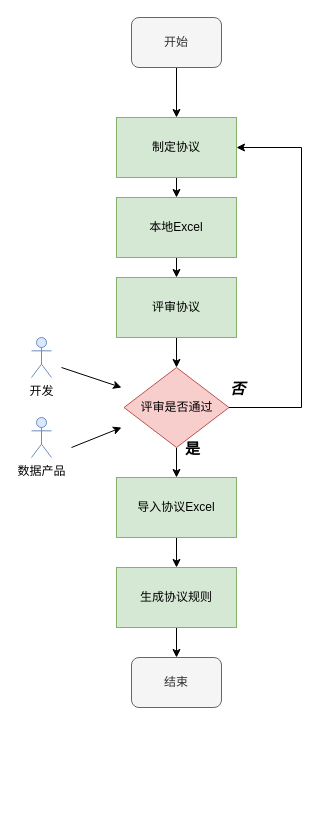
Before: 采集中心V3.0-旧工作流程图.drawio in shaozc3g/draw_io, a draw.io diagram. Source tidied: cells renumbered, new cells numbered last; positions are measured from the earlier drawing's top-left corner, leaving out a move shared by most shapes. Both pictures are drawn from the tidied source at 100%, with x=0, y=0 at pixel (31, 17).
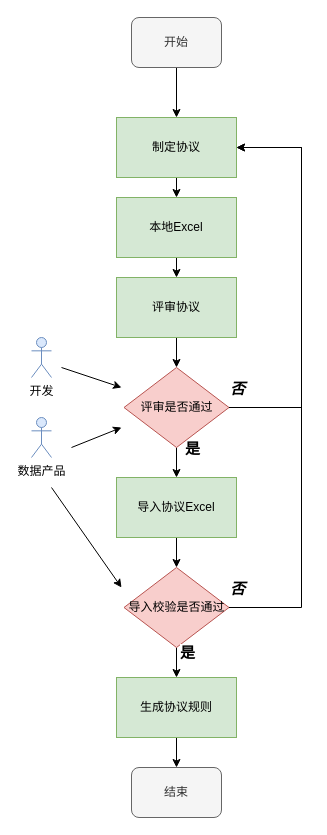
The same diagram, later.

Commit message (it also covers changes not shown here):
更新采集中心V3.0-旧工作流程图.drawio

The change refers to these unchanged cells:
```xml
<mxCell id="5" value="制定协议" style="rounded=0;whiteSpace=wrap;html=1;fillColor=#d5e8d4;strokeColor=#82b366;" parent="1" vertex="1">
  <mxGeometry x="85" y="100" width="120" height="60" as="geometry" />
</mxCell>
<mxCell id="16" value="导入协议Excel" style="rounded=0;whiteSpace=wrap;html=1;fillColor=#d5e8d4;strokeColor=#82b366;" parent="1" vertex="1">
  <mxGeometry x="85" y="460" width="120" height="60" as="geometry" />
</mxCell>
```

What changed in the source:
```diff
@@
-    <mxCell id="15" style="edgeStyle=orthogonalEdgeStyle;rounded=0;jettySize=auto;html=1;exitX=0.5;exitY=1;exitDx=0;exitDy=0;entryX=0.5;entryY=0;entryDx=0;entryDy=0;" parent="1" edge="1" source="16" target="18">
-      <mxGeometry relative="1" as="geometry" />
-    </mxCell>
+    <mxCell id="24" style="edgeStyle=orthogonalEdgeStyle;rounded=0;jettySize=auto;html=1;exitX=0.5;exitY=1;exitDx=0;exitDy=0;" parent="1" edge="1" source="16" target="27">
+      <mxGeometry relative="1" as="geometry" />
+    </mxCell>
@@
     <mxCell id="18" value="生成协议规则" style="rounded=0;whiteSpace=wrap;html=1;fillColor=#d5e8d4;strokeColor=#82b366;" parent="1" vertex="1">
-      <mxGeometry x="85" y="550" width="120" height="60" as="geometry" />
+      <mxGeometry x="85" y="660" width="120" height="60" as="geometry" />
     </mxCell>
     <mxCell id="19" value="结束" style="rounded=1;whiteSpace=wrap;html=1;fillColor=#f5f5f5;fontColor=#333333;strokeColor=#666666;" parent="1" vertex="1">
-      <mxGeometry x="100" y="640" width="90" height="50" as="geometry" />
+      <mxGeometry x="100" y="750" width="90" height="50" as="geometry" />
     </mxCell>
@@
+    <mxCell id="25" style="edgeStyle=orthogonalEdgeStyle;rounded=0;jettySize=auto;html=1;exitX=1;exitY=0.5;exitDx=0;exitDy=0;entryX=1;entryY=0.5;entryDx=0;entryDy=0;" parent="1" edge="1" source="27" target="5">
+      <mxGeometry relative="1" as="geometry">
+        <Array as="points">
+          <mxPoint x="270" y="590" />
+          <mxPoint x="270" y="130" />
+        </Array>
+      </mxGeometry>
+    </mxCell>
+    <mxCell id="26" style="edgeStyle=orthogonalEdgeStyle;rounded=0;jettySize=auto;html=1;exitX=0.5;exitY=1;exitDx=0;exitDy=0;entryX=0.5;entryY=0;entryDx=0;entryDy=0;" parent="1" edge="1" source="27" target="18">
+      <mxGeometry relative="1" as="geometry" />
+    </mxCell>
+    <mxCell id="27" value="导入校验是否通过" style="rhombus;whiteSpace=wrap;html=1;fillColor=#f8cecc;strokeColor=#b85450;" parent="1" vertex="1">
+      <mxGeometry x="92.5" y="550" width="105" height="80" as="geometry" />
+    </mxCell>
+    <mxCell id="28" value="否" style="edgeLabel;html=1;align=center;verticalAlign=middle;fontSize=15;fontStyle=3;" parent="1" vertex="1">
+      <mxGeometry x="205" y="570" as="geometry" />
+    </mxCell>
+    <mxCell id="29" value="是" style="edgeLabel;html=1;align=center;verticalAlign=middle;fontSize=15;fontStyle=1;" parent="1" vertex="1">
+      <mxGeometry x="130" y="630" as="geometry">
+        <mxPoint x="25" y="4" as="offset" />
+      </mxGeometry>
+    </mxCell>
+    <mxCell id="30" style="endArrow=classic;html=1;rounded=0;" parent="1" edge="1">
+      <mxGeometry relative="1" as="geometry">
+        <mxPoint x="20" y="470" as="sourcePoint" />
+        <mxPoint x="90" y="570" as="targetPoint" />
+      </mxGeometry>
+    </mxCell>
```
